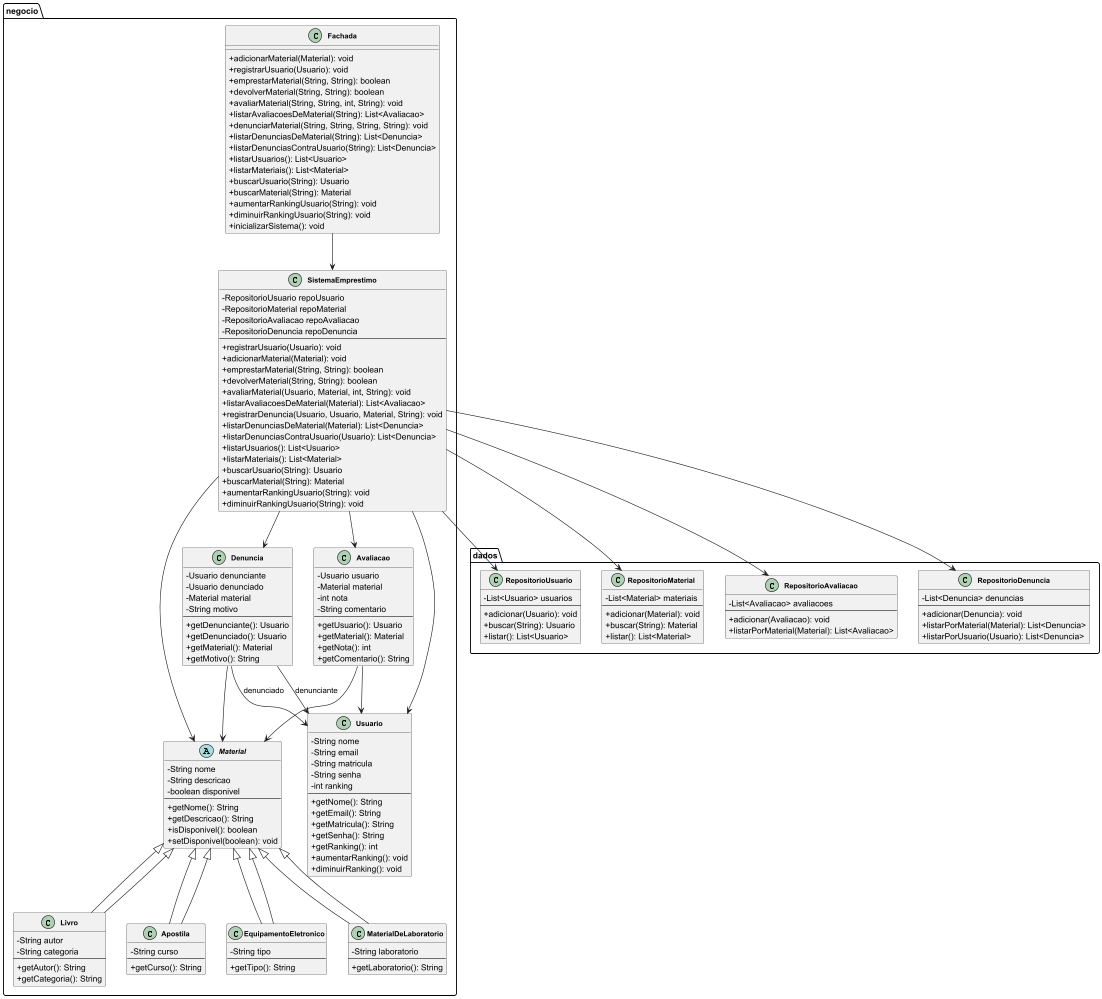
Earlier version of the PlantUML export UML - emprestimo-materiais-ufape.png (laissaGmA/emprestimo-troca-materiais-ufape). Its diagram source:
```plantuml
@startuml
skinparam classAttributeIconSize 0
skinparam classFontSize 12
skinparam classNameFontSize 14
skinparam classFontStyle bold

package "negocio" {

    abstract class Material {
        - String nome
        - String descricao
        - boolean disponivel
        --
        + getNome(): String
        + getDescricao(): String
        + isDisponivel(): boolean
        + setDisponivel(boolean): void
    }

    class Livro extends Material {
        - String autor
        - String categoria
        --
        + getAutor(): String
        + getCategoria(): String
    }

    class Apostila extends Material {
        - String curso
        --
        + getCurso(): String
    }

    class EquipamentoEletronico extends Material {
        - String tipo
        --
        + getTipo(): String
    }

    class MaterialDeLaboratorio extends Material {
        - String laboratorio
        --
        + getLaboratorio(): String
    }

    class Usuario {
        - String nome
        - String email
        - String matricula
        - String senha
        - int ranking
        --
        + getNome(): String
        + getEmail(): String
        + getMatricula(): String
        + getSenha(): String
        + getRanking(): int
        + aumentarRanking(): void
        + diminuirRanking(): void
    }

    class Avaliacao {
        - Usuario usuario
        - Material material
        - int nota
        - String comentario
        --
        + getUsuario(): Usuario
        + getMaterial(): Material
        + getNota(): int
        + getComentario(): String
    }

    class Denuncia {
        - Usuario denunciante
        - Usuario denunciado
        - Material material
        - String motivo
        --
        + getDenunciante(): Usuario
        + getDenunciado(): Usuario
        + getMaterial(): Material
        + getMotivo(): String
    }

    class SistemaEmprestimo {
        - RepositorioUsuario repoUsuario
        - RepositorioMaterial repoMaterial
        - RepositorioAvaliacao repoAvaliacao
        - RepositorioDenuncia repoDenuncia
        --
        + registrarUsuario(Usuario): void
        + adicionarMaterial(Material): void
        + emprestarMaterial(String, String): boolean
        + devolverMaterial(String, String): boolean
        + avaliarMaterial(Usuario, Material, int, String): void
        + listarAvaliacoesDeMaterial(Material): List<Avaliacao>
        + registrarDenuncia(Usuario, Usuario, Material, String): void
        + listarDenunciasDeMaterial(Material): List<Denuncia>
        + listarDenunciasContraUsuario(Usuario): List<Denuncia>
        + listarUsuarios(): List<Usuario>
        + listarMateriais(): List<Material>
        + buscarUsuario(String): Usuario
        + buscarMaterial(String): Material
        + aumentarRankingUsuario(String): void
        + diminuirRankingUsuario(String): void
    }

    class Fachada {
        + adicionarMaterial(Material): void
        + registrarUsuario(Usuario): void
        + emprestarMaterial(String, String): boolean
        + devolverMaterial(String, String): boolean
        + avaliarMaterial(String, String, int, String): void
        + listarAvaliacoesDeMaterial(String): List<Avaliacao>
        + denunciarMaterial(String, String, String, String): void
        + listarDenunciasDeMaterial(String): List<Denuncia>
        + listarDenunciasContraUsuario(String): List<Denuncia>
        + listarUsuarios(): List<Usuario>
        + listarMateriais(): List<Material>
        + buscarUsuario(String): Usuario
        + buscarMaterial(String): Material
        + aumentarRankingUsuario(String): void
        + diminuirRankingUsuario(String): void
        + inicializarSistema(): void
    }
}

package "dados" {
    class RepositorioUsuario {
        - List<Usuario> usuarios
        --
        + adicionar(Usuario): void
        + buscar(String): Usuario
        + listar(): List<Usuario>
    }

    class RepositorioMaterial {
        - List<Material> materiais
        --
        + adicionar(Material): void
        + buscar(String): Material
        + listar(): List<Material>
    }

    class RepositorioAvaliacao {
        - List<Avaliacao> avaliacoes
        --
        + adicionar(Avaliacao): void
        + listarPorMaterial(Material): List<Avaliacao>
    }

    class RepositorioDenuncia {
        - List<Denuncia> denuncias
        --
        + adicionar(Denuncia): void
        + listarPorMaterial(Material): List<Denuncia>
        + listarPorUsuario(Usuario): List<Denuncia>
    }
}

Material <|-- Livro
Material <|-- Apostila
Material <|-- EquipamentoEletronico
Material <|-- MaterialDeLaboratorio

Avaliacao --> Usuario
Avaliacao --> Material

Denuncia --> Usuario : denunciante
Denuncia --> Usuario : denunciado
Denuncia --> Material

SistemaEmprestimo --> RepositorioUsuario
SistemaEmprestimo --> RepositorioMaterial
SistemaEmprestimo --> RepositorioAvaliacao
SistemaEmprestimo --> RepositorioDenuncia

SistemaEmprestimo --> Usuario
SistemaEmprestimo --> Material
SistemaEmprestimo --> Avaliacao
SistemaEmprestimo --> Denuncia

Fachada --> SistemaEmprestimo

@enduml
```
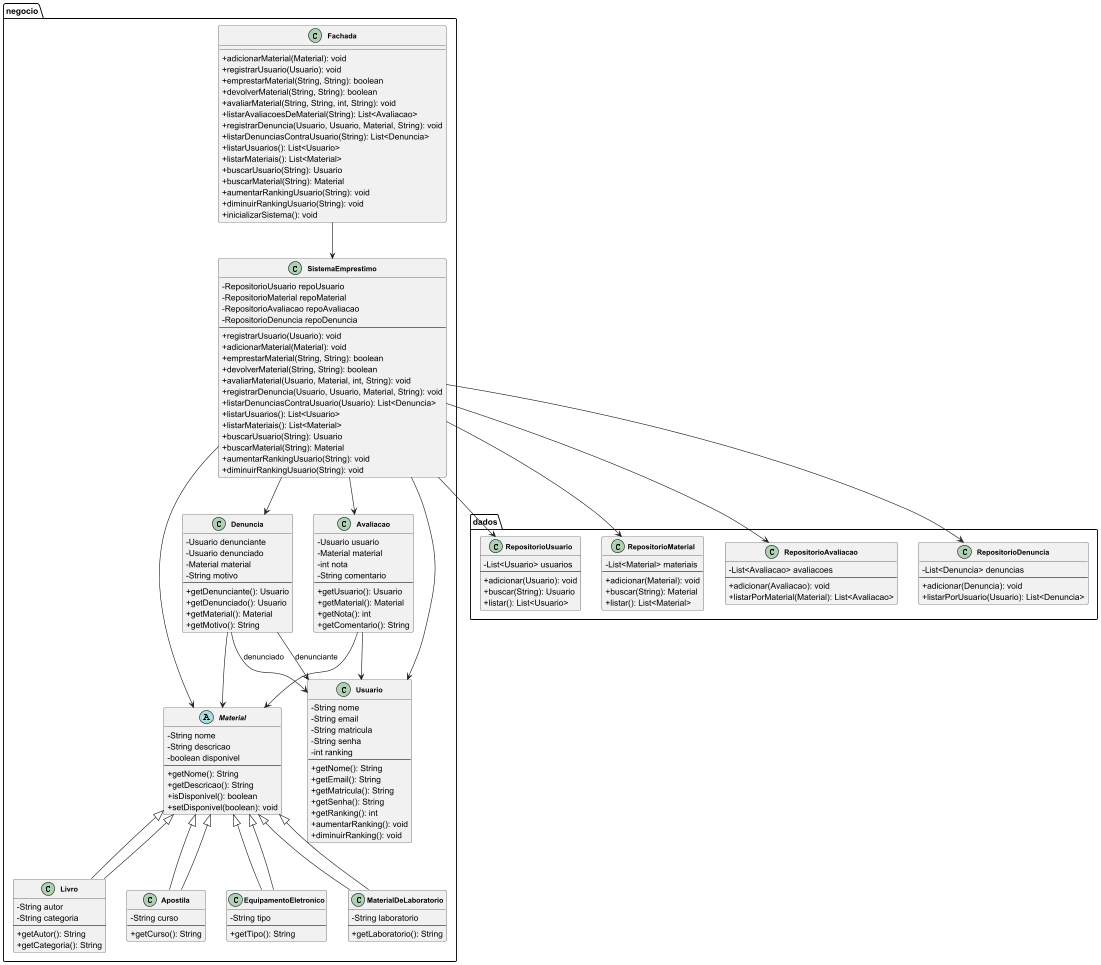
The same diagram one commit later.

What changed in the source:
```diff
@@ -94,9 +94,7 @@
         + emprestarMaterial(String, String): boolean
         + devolverMaterial(String, String): boolean
         + avaliarMaterial(Usuario, Material, int, String): void
-        + listarAvaliacoesDeMaterial(Material): List<Avaliacao>
         + registrarDenuncia(Usuario, Usuario, Material, String): void
-        + listarDenunciasDeMaterial(Material): List<Denuncia>
         + listarDenunciasContraUsuario(Usuario): List<Denuncia>
         + listarUsuarios(): List<Usuario>
         + listarMateriais(): List<Material>
@@ -113,8 +111,7 @@
         + devolverMaterial(String, String): boolean
         + avaliarMaterial(String, String, int, String): void
         + listarAvaliacoesDeMaterial(String): List<Avaliacao>
-        + denunciarMaterial(String, String, String, String): void
-        + listarDenunciasDeMaterial(String): List<Denuncia>
+        + registrarDenuncia(Usuario, Usuario, Material, String): void
         + listarDenunciasContraUsuario(String): List<Denuncia>
         + listarUsuarios(): List<Usuario>
         + listarMateriais(): List<Material>
@@ -154,7 +151,6 @@
         - List<Denuncia> denuncias
         --
         + adicionar(Denuncia): void
-        + listarPorMaterial(Material): List<Denuncia>
         + listarPorUsuario(Usuario): List<Denuncia>
     }
 }
```
